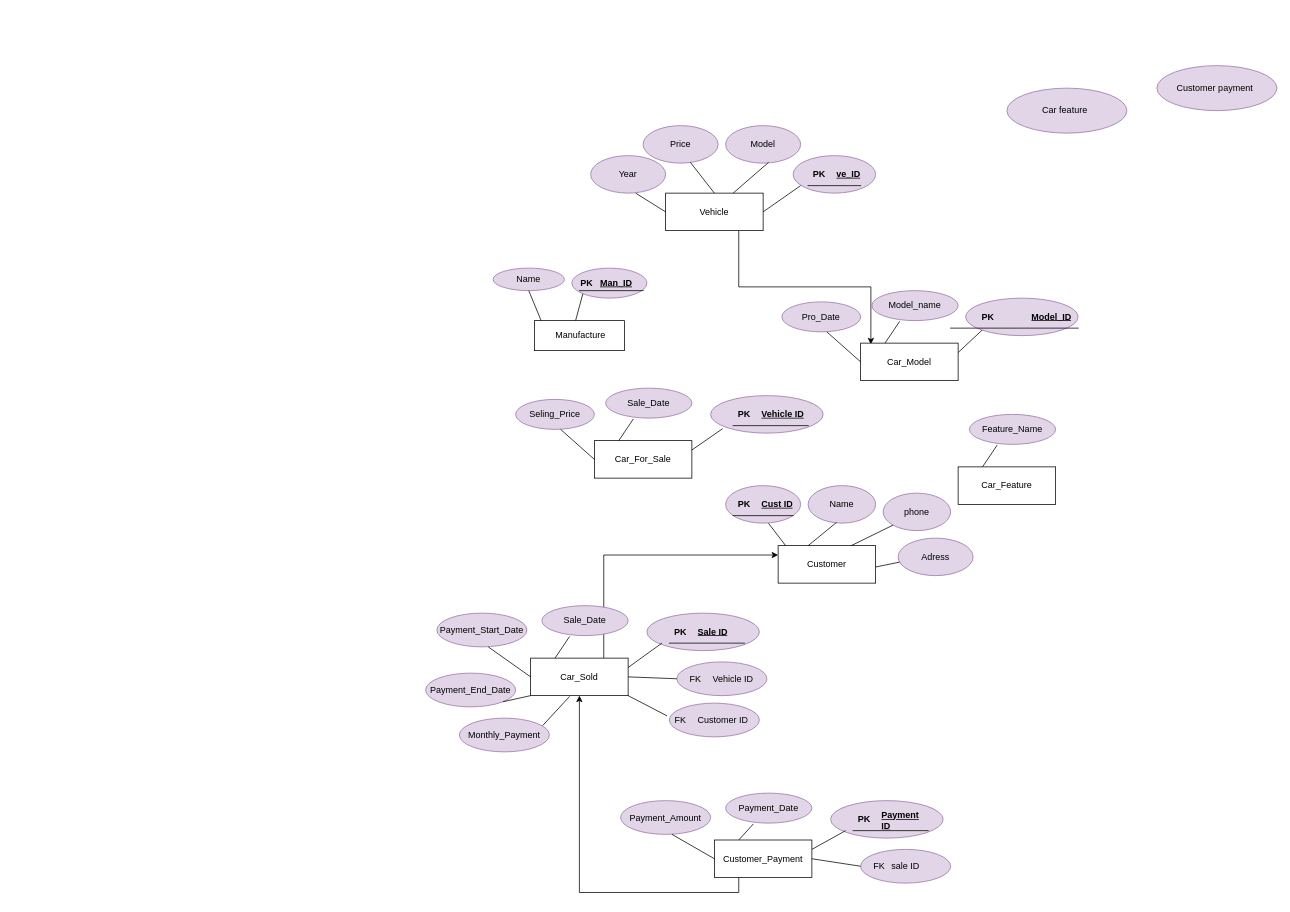
mawadaelmeshad/Car_Sales_Company keeps this draw.io diagram as ERD/Untitled Diagram.drawio. Above is the earlier version. Source tidied: cells renumbered, new cells numbered last; positions are measured from the earlier drawing's top-left corner, leaving out a move shared by most shapes. Both pictures are drawn from the tidied source at 75%, with x=0, y=0 at pixel (425, 65).
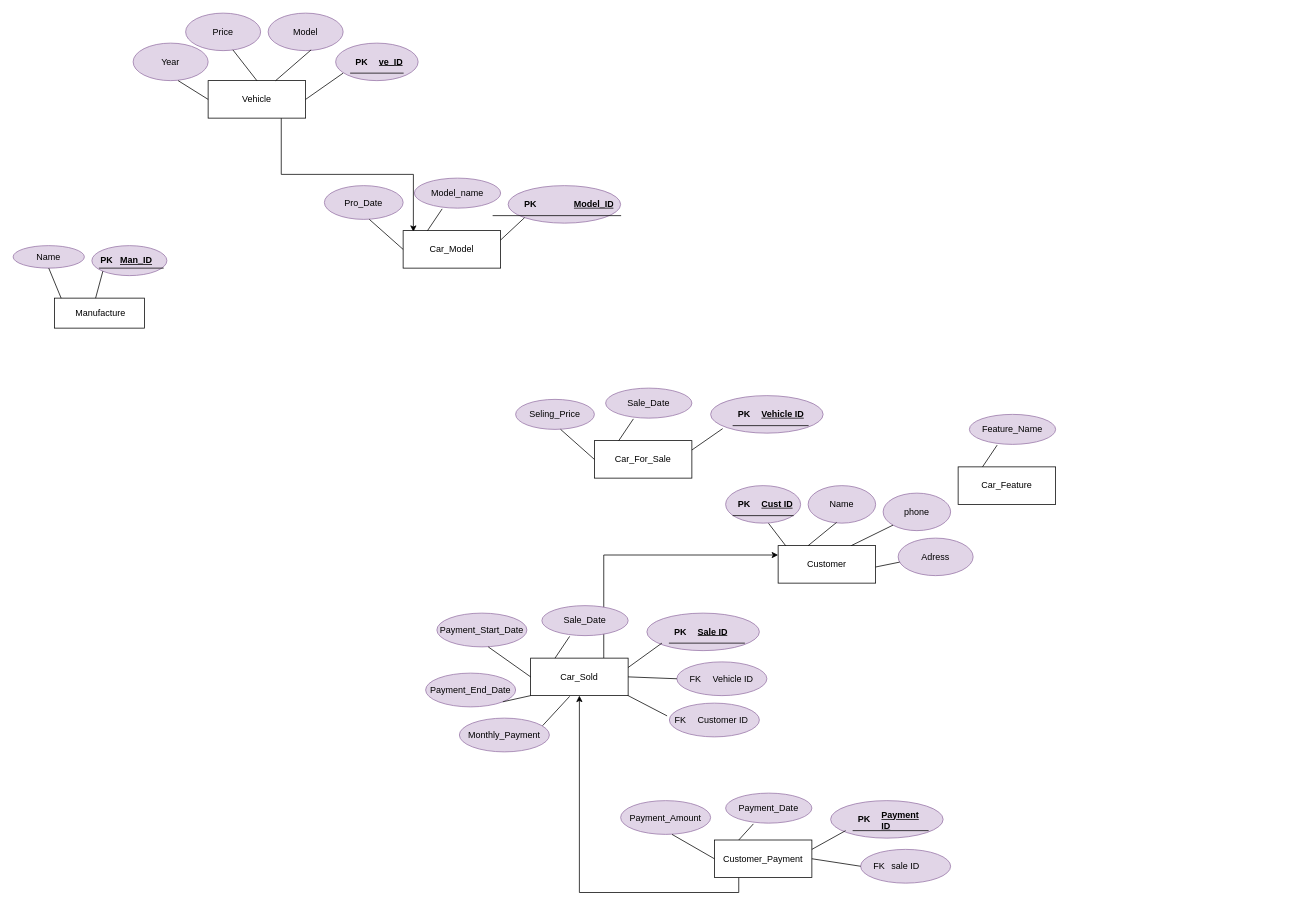
After the change.

What changed in the source:
```diff
@@
-    <mxCell id="2" style="group;" parent="1" vertex="1">
-      <mxGeometry x="770" y="30" width="165" height="60" as="geometry" />
-    </mxCell>
-    <mxCell id="3" style="ellipse;whiteSpace=wrap;html=1;fillColor=#e1d5e7;strokeColor=#9673a6;" parent="2" vertex="1">
-      <mxGeometry x="5" width="160" height="60" as="geometry" />
-    </mxCell>
-    <mxCell id="4" value=" Car feature" style="text;strokeColor=none;align=center;fillColor=none;html=1;verticalAlign=middle;whiteSpace=wrap;rounded=0;" parent="2" vertex="1">
-      <mxGeometry y="13.8" width="165" height="32.5" as="geometry" />
-    </mxCell>
-    <mxCell id="5" style="group;" parent="1" vertex="1">
-      <mxGeometry x="970" width="165" height="60" as="geometry" />
-    </mxCell>
-    <mxCell id="6" style="ellipse;whiteSpace=wrap;html=1;fillColor=#e1d5e7;strokeColor=#9673a6;" parent="5" vertex="1">
-      <mxGeometry x="5" width="160" height="60" as="geometry" />
-    </mxCell>
-    <mxCell id="7" value="    Customer payment" style="text;strokeColor=none;align=center;fillColor=none;html=1;verticalAlign=middle;whiteSpace=wrap;rounded=0;" parent="5" vertex="1">
-      <mxGeometry y="13.8" width="165" height="32.5" as="geometry" />
-    </mxCell>
@@
     <mxCell id="9" value="Vehicle" style="rounded=0;whiteSpace=wrap;html=1;" parent="1" vertex="1">
-      <mxGeometry x="320" y="170" width="130" height="50" as="geometry" />
+      <mxGeometry x="-290" y="20" width="130" height="50" as="geometry" />
     </mxCell>
     <mxCell id="10" value="  Model    " style="ellipse;whiteSpace=wrap;html=1;fillColor=#e1d5e7;strokeColor=#9673a6;" parent="1" vertex="1">
-      <mxGeometry x="400" y="80" width="100" height="50" as="geometry" />
+      <mxGeometry x="-210" y="-70" width="100" height="50" as="geometry" />
     </mxCell>
     <mxCell id="11" style="endArrow=none;html=1;rounded=0;entryX=0.573;entryY=0.98;entryDx=0;entryDy=0;entryPerimeter=0;" parent="1" edge="1" target="10">
       <mxGeometry relative="1" as="geometry">
-        <mxPoint x="410" y="170" as="sourcePoint" />
+        <mxPoint x="-200" y="20" as="sourcePoint" />
       </mxGeometry>
     </mxCell>
     <mxCell id="12" value=" Price   " style="ellipse;whiteSpace=wrap;html=1;fillColor=#e1d5e7;strokeColor=#9673a6;" parent="1" vertex="1">
-      <mxGeometry x="290" y="80" width="100" height="50" as="geometry" />
+      <mxGeometry x="-320" y="-70" width="100" height="50" as="geometry" />
     </mxCell>
     <mxCell id="13" style="endArrow=none;html=1;rounded=0;entryX=0.573;entryY=0.98;entryDx=0;entryDy=0;entryPerimeter=0;exitX=0.5;exitY=0;exitDx=0;exitDy=0;" parent="1" edge="1" source="9">
       <mxGeometry relative="1" as="geometry">
-        <mxPoint x="353" y="129" as="targetPoint" />
+        <mxPoint x="-257" y="-21" as="targetPoint" />
       </mxGeometry>
     </mxCell>
     <mxCell id="14" style="ellipse;whiteSpace=wrap;html=1;fillColor=#e1d5e7;strokeColor=#9673a6;" parent="1" vertex="1">
-      <mxGeometry x="490" y="120" width="110" height="50" as="geometry" />
+      <mxGeometry x="-120" y="-30" width="110" height="50" as="geometry" />
     </mxCell>
     <mxCell id="15" style="shape=table;startSize=0;childLayout=tableLayout;rowLines=0;fontStyle=0;align=center;strokeColor=none;fillColor=none;" parent="1" vertex="1">
-      <mxGeometry x="510" y="130" width="70" height="30" as="geometry" />
+      <mxGeometry x="-100" y="-20" width="70" height="30" as="geometry" />
     </mxCell>
@@
     <mxCell id="19" style="endArrow=none;html=1;rounded=0;exitX=1;exitY=0.5;exitDx=0;exitDy=0;" parent="1" edge="1" source="9">
       <mxGeometry relative="1" as="geometry">
-        <mxPoint x="500" y="160" as="targetPoint" />
+        <mxPoint x="-110" y="10" as="targetPoint" />
       </mxGeometry>
     </mxCell>
@@
     <mxCell id="33" value="Year" style="ellipse;whiteSpace=wrap;html=1;fillColor=#e1d5e7;strokeColor=#9673a6;" parent="1" vertex="1">
-      <mxGeometry x="220" y="120" width="100" height="50" as="geometry" />
+      <mxGeometry x="-390" y="-30" width="100" height="50" as="geometry" />
     </mxCell>
     <mxCell id="34" style="endArrow=none;html=1;rounded=0;exitX=0;exitY=0.5;exitDx=0;exitDy=0;" parent="1" edge="1" source="9">
       <mxGeometry relative="1" as="geometry">
-        <mxPoint x="280" y="170" as="targetPoint" />
+        <mxPoint x="-330" y="20" as="targetPoint" />
       </mxGeometry>
     </mxCell>
     <mxCell id="35" value="&amp;nbsp;Manufacture" style="rounded=0;whiteSpace=wrap;html=1;" parent="1" vertex="1">
-      <mxGeometry x="145" y="340" width="120" height="40" as="geometry" />
+      <mxGeometry x="-495" y="310" width="120" height="40" as="geometry" />
     </mxCell>
     <mxCell id="36" value="Name" style="ellipse;whiteSpace=wrap;html=1;fillColor=#e1d5e7;strokeColor=#9673a6;" parent="1" vertex="1">
-      <mxGeometry x="90" y="270" width="95" height="30" as="geometry" />
+      <mxGeometry x="-550" y="240" width="95" height="30" as="geometry" />
     </mxCell>
@@
     <mxCell id="38" style="ellipse;whiteSpace=wrap;html=1;fillColor=#e1d5e7;strokeColor=#9673a6;" parent="1" vertex="1">
-      <mxGeometry x="195" y="270" width="100" height="40" as="geometry" />
+      <mxGeometry x="-445" y="240" width="100" height="40" as="geometry" />
     </mxCell>
     <mxCell id="39" style="shape=table;startSize=0;childLayout=tableLayout;rowLines=0;fontStyle=0;align=center;strokeColor=none;fillColor=none;" parent="1" vertex="1">
-      <mxGeometry x="205" y="280" width="85" height="20" as="geometry" />
+      <mxGeometry x="-435" y="250" width="85" height="20" as="geometry" />
     </mxCell>
@@
     <mxCell id="44" value="Car_Model" style="rounded=0;whiteSpace=wrap;html=1;" parent="1" vertex="1">
-      <mxGeometry x="580" y="370" width="130" height="50" as="geometry" />
+      <mxGeometry x="-30" y="220" width="130" height="50" as="geometry" />
     </mxCell>
     <mxCell id="45" value="Model_name" style="ellipse;whiteSpace=wrap;html=1;fillColor=#e1d5e7;strokeColor=#9673a6;" parent="1" vertex="1">
-      <mxGeometry x="595" y="300" width="115" height="40" as="geometry" />
+      <mxGeometry x="-15" y="150" width="115" height="40" as="geometry" />
     </mxCell>
     <mxCell id="46" style="ellipse;whiteSpace=wrap;html=1;fillColor=#e1d5e7;strokeColor=#9673a6;" parent="1" vertex="1">
-      <mxGeometry x="720" y="310" width="150" height="50" as="geometry" />
+      <mxGeometry x="110" y="160" width="150" height="50" as="geometry" />
     </mxCell>
     <mxCell id="47" style="shape=table;startSize=0;childLayout=tableLayout;rowLines=0;fontStyle=0;align=center;strokeColor=none;fillColor=none;" parent="1" vertex="1">
-      <mxGeometry x="700" y="320" width="170" height="30" as="geometry" />
+      <mxGeometry x="90" y="170" width="170" height="30" as="geometry" />
     </mxCell>
@@
     <mxCell id="53" value="Pro_Date" style="ellipse;whiteSpace=wrap;html=1;fillColor=#e1d5e7;strokeColor=#9673a6;" parent="1" vertex="1">
-      <mxGeometry x="475" y="315" width="105" height="40" as="geometry" />
+      <mxGeometry x="-135" y="160" width="105" height="45" as="geometry" />
     </mxCell>
```
